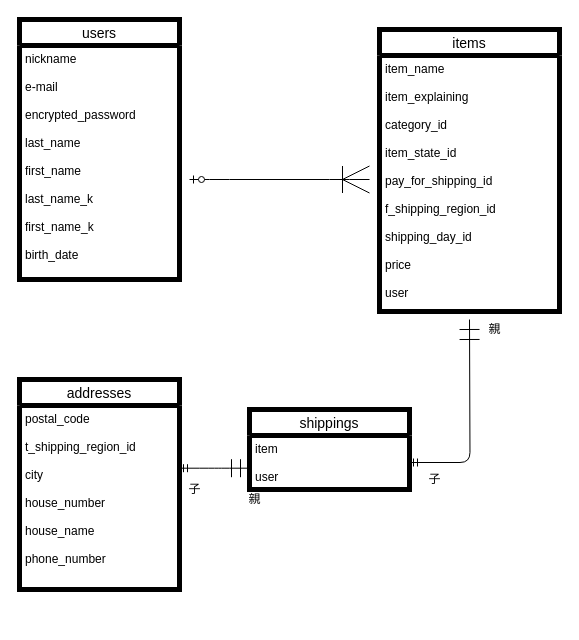
HEROHEROPA/furima-37895 keeps this draw.io diagram as ER.dio. Above is the earlier version. Source tidied: cells renumbered, new cells numbered last; positions are measured from the earlier drawing's top-left corner, leaving out a move shared by most shapes. Both pictures are drawn from the tidied source at 100%, with x=0, y=0 at pixel (19, 19).
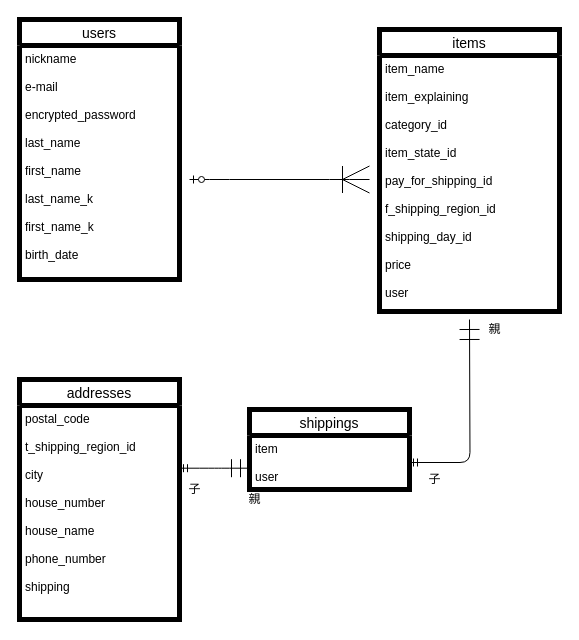
The same page after the edit.

Commit message (it also covers changes not shown here):
ER図・README.md追加修正2（addressesテーブルに外部キー制約追加）

Change to the diagram source:
```diff
@@
     <mxCell id="13" value="addresses" style="swimlane;fontStyle=0;horizontal=1;startSize=26;align=center;fontSize=14;strokeWidth=5;" parent="1" vertex="1">
-      <mxGeometry y="360" width="160" height="210" as="geometry" />
+      <mxGeometry y="360" width="160" height="240" as="geometry" />
     </mxCell>
-    <mxCell id="14" value="postal_code&#10;&#10;t_shipping_region_id&#10;&#10;city&#10;&#10;house_number &#10;&#10;house_name &#10;&#10;phone_number  &#10;&#10;" style="text;strokeColor=none;fillColor=none;spacingLeft=4;spacingRight=4;overflow=hidden;fontSize=12;" parent="13" vertex="1">
-      <mxGeometry y="26" width="160" height="184" as="geometry" />
+    <mxCell id="14" value="postal_code&#10;&#10;t_shipping_region_id&#10;&#10;city&#10;&#10;house_number &#10;&#10;house_name &#10;&#10;phone_number  &#10;&#10;shipping" style="text;strokeColor=none;fillColor=none;spacingLeft=4;spacingRight=4;overflow=hidden;fontSize=12;" parent="13" vertex="1">
+      <mxGeometry y="26" width="160" height="214" as="geometry" />
     </mxCell>
```
